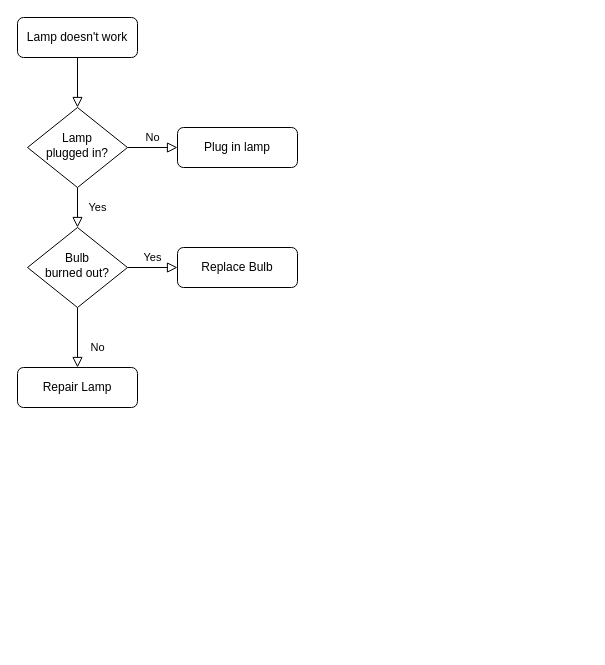
zhoujg-dev/rapid-dev keeps this draw.io diagram as Untitled Diagram.drawio. Above is the earlier version. Source tidied: cells renumbered, new cells numbered last; positions are measured from the earlier drawing's top-left corner, leaving out a move shared by most shapes. Both pictures are drawn from the tidied source at 100%, with x=0, y=0 at pixel (17, 17).
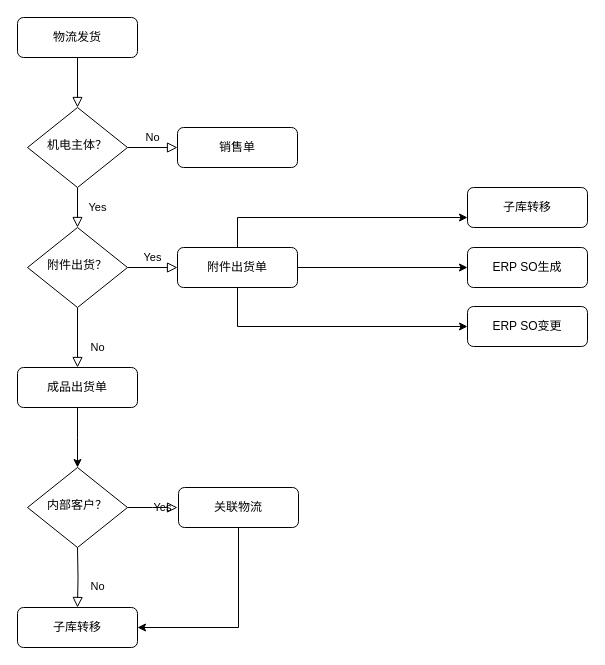
The same page after the edit.

Change to the diagram source:
```diff
@@
-    <mxCell id="3" value="Lamp doesn't work" style="rounded=1;whiteSpace=wrap;html=1;fontSize=12;glass=0;strokeWidth=1;shadow=0;" parent="1" vertex="1">
+    <mxCell id="3" value="物流发货" style="rounded=1;whiteSpace=wrap;html=1;fontSize=12;glass=0;strokeWidth=1;shadow=0;" parent="1" vertex="1">
       <mxGeometry width="120" height="40" as="geometry" />
     </mxCell>
@@
-    <mxCell id="6" value="Lamp&lt;br&gt;plugged in?" style="rhombus;whiteSpace=wrap;html=1;shadow=0;fontFamily=Helvetica;fontSize=12;align=center;strokeWidth=1;spacing=6;spacingTop=-4;" parent="1" vertex="1">
+    <mxCell id="6" value="机电主体？" style="rhombus;whiteSpace=wrap;html=1;shadow=0;fontFamily=Helvetica;fontSize=12;align=center;strokeWidth=1;spacing=6;spacingTop=-4;" parent="1" vertex="1">
       <mxGeometry x="10" y="90" width="100" height="80" as="geometry" />
     </mxCell>
-    <mxCell id="7" value="Plug in lamp" style="rounded=1;whiteSpace=wrap;html=1;fontSize=12;glass=0;strokeWidth=1;shadow=0;" parent="1" vertex="1">
+    <mxCell id="7" value="销售单" style="rounded=1;whiteSpace=wrap;html=1;fontSize=12;glass=0;strokeWidth=1;shadow=0;" parent="1" vertex="1">
       <mxGeometry x="160" y="110" width="120" height="40" as="geometry" />
     </mxCell>
@@
-    <mxCell id="10" value="Bulb&lt;br&gt;burned out?" style="rhombus;whiteSpace=wrap;html=1;shadow=0;fontFamily=Helvetica;fontSize=12;align=center;strokeWidth=1;spacing=6;spacingTop=-4;" parent="1" vertex="1">
+    <mxCell id="10" value="附件出货？" style="rhombus;whiteSpace=wrap;html=1;shadow=0;fontFamily=Helvetica;fontSize=12;align=center;strokeWidth=1;spacing=6;spacingTop=-4;" parent="1" vertex="1">
       <mxGeometry x="10" y="210" width="100" height="80" as="geometry" />
     </mxCell>
+    <mxCell id="13" style="edgeStyle=orthogonalEdgeStyle;rounded=0;jettySize=auto;html=1;" parent="1" edge="1" source="11">
+      <mxGeometry relative="1" as="geometry">
+        <mxPoint x="60" y="450" as="targetPoint" />
+      </mxGeometry>
+    </mxCell>
-    <mxCell id="11" value="Repair Lamp" style="rounded=1;whiteSpace=wrap;html=1;fontSize=12;glass=0;strokeWidth=1;shadow=0;" parent="1" vertex="1">
+    <mxCell id="11" value="成品出货单" style="rounded=1;whiteSpace=wrap;html=1;fontSize=12;glass=0;strokeWidth=1;shadow=0;" parent="1" vertex="1">
       <mxGeometry y="350" width="120" height="40" as="geometry" />
     </mxCell>
+    <mxCell id="14" style="edgeStyle=orthogonalEdgeStyle;rounded=0;jettySize=auto;html=1;" parent="1" edge="1" source="12" target="16">
+      <mxGeometry relative="1" as="geometry">
+        <Array as="points">
+          <mxPoint x="220" y="200" />
+        </Array>
+      </mxGeometry>
+    </mxCell>
+    <mxCell id="15" style="edgeStyle=orthogonalEdgeStyle;rounded=0;jettySize=auto;html=1;" parent="1" edge="1" source="12" target="17">
+      <mxGeometry relative="1" as="geometry" />
+    </mxCell>
-    <mxCell id="12" value="Replace Bulb" style="rounded=1;whiteSpace=wrap;html=1;fontSize=12;glass=0;strokeWidth=1;shadow=0;" parent="1" vertex="1">
+    <mxCell id="12" value="附件出货单" style="rounded=1;whiteSpace=wrap;html=1;fontSize=12;glass=0;strokeWidth=1;shadow=0;" parent="1" vertex="1">
       <mxGeometry x="160" y="230" width="120" height="40" as="geometry" />
     </mxCell>
+    <mxCell id="16" value="子库转移" style="rounded=1;whiteSpace=wrap;html=1;fontSize=12;glass=0;strokeWidth=1;shadow=0;" parent="1" vertex="1">
+      <mxGeometry x="450" y="170" width="120" height="40" as="geometry" />
+    </mxCell>
+    <mxCell id="17" value="ERP SO生成" style="rounded=1;whiteSpace=wrap;html=1;fontSize=12;glass=0;strokeWidth=1;shadow=0;" parent="1" vertex="1">
+      <mxGeometry x="450" y="230" width="120" height="40" as="geometry" />
+    </mxCell>
+    <mxCell id="18" value="ERP SO变更" style="rounded=1;whiteSpace=wrap;html=1;fontSize=12;glass=0;strokeWidth=1;shadow=0;" parent="1" vertex="1">
+      <mxGeometry x="450" y="289" width="120" height="40" as="geometry" />
+    </mxCell>
+    <mxCell id="19" style="edgeStyle=orthogonalEdgeStyle;rounded=0;jettySize=auto;html=1;entryX=0;entryY=0.5;entryDx=0;entryDy=0;exitX=0.5;exitY=1;exitDx=0;exitDy=0;" parent="1" edge="1" source="12" target="18">
+      <mxGeometry relative="1" as="geometry" />
+    </mxCell>
+    <mxCell id="20" value="内部客户？" style="rhombus;whiteSpace=wrap;html=1;shadow=0;fontFamily=Helvetica;fontSize=12;align=center;strokeWidth=1;spacing=6;spacingTop=-4;" parent="1" vertex="1">
+      <mxGeometry x="10" y="450" width="100" height="80" as="geometry" />
+    </mxCell>
+    <mxCell id="21" value="关联物流" style="rounded=1;whiteSpace=wrap;html=1;fontSize=12;glass=0;strokeWidth=1;shadow=0;" parent="1" vertex="1">
+      <mxGeometry x="161" y="470" width="120" height="40" as="geometry" />
+    </mxCell>
+    <mxCell id="22" value="Yes" style="edgeStyle=orthogonalEdgeStyle;rounded=0;html=1;jettySize=auto;fontSize=11;endArrow=block;endFill=0;endSize=8;strokeWidth=1;shadow=0;labelBackgroundColor=none;" parent="1" edge="1" source="20">
+      <mxGeometry y="10" relative="1" as="geometry">
+        <mxPoint x="160" y="490" as="targetPoint" />
+      </mxGeometry>
+    </mxCell>
+    <mxCell id="23" value="子库转移" style="rounded=1;whiteSpace=wrap;html=1;fontSize=12;glass=0;strokeWidth=1;shadow=0;" parent="1" vertex="1">
+      <mxGeometry y="590" width="120" height="40" as="geometry" />
+    </mxCell>
+    <mxCell id="24" value="No" style="rounded=0;html=1;jettySize=auto;fontSize=11;endArrow=block;endFill=0;endSize=8;strokeWidth=1;shadow=0;labelBackgroundColor=none;edgeStyle=orthogonalEdgeStyle;entryX=0.5;entryY=0;entryDx=0;entryDy=0;" parent="1" edge="1" target="23">
+      <mxGeometry x="0.33" y="20" relative="1" as="geometry">
+        <mxPoint x="60" y="530" as="sourcePoint" />
+      </mxGeometry>
+    </mxCell>
+    <mxCell id="25" style="edgeStyle=orthogonalEdgeStyle;rounded=0;jettySize=auto;html=1;entryX=1;entryY=0.5;entryDx=0;entryDy=0;exitX=0.5;exitY=1;exitDx=0;exitDy=0;" parent="1" edge="1" source="21" target="23">
+      <mxGeometry relative="1" as="geometry" />
+    </mxCell>
```
